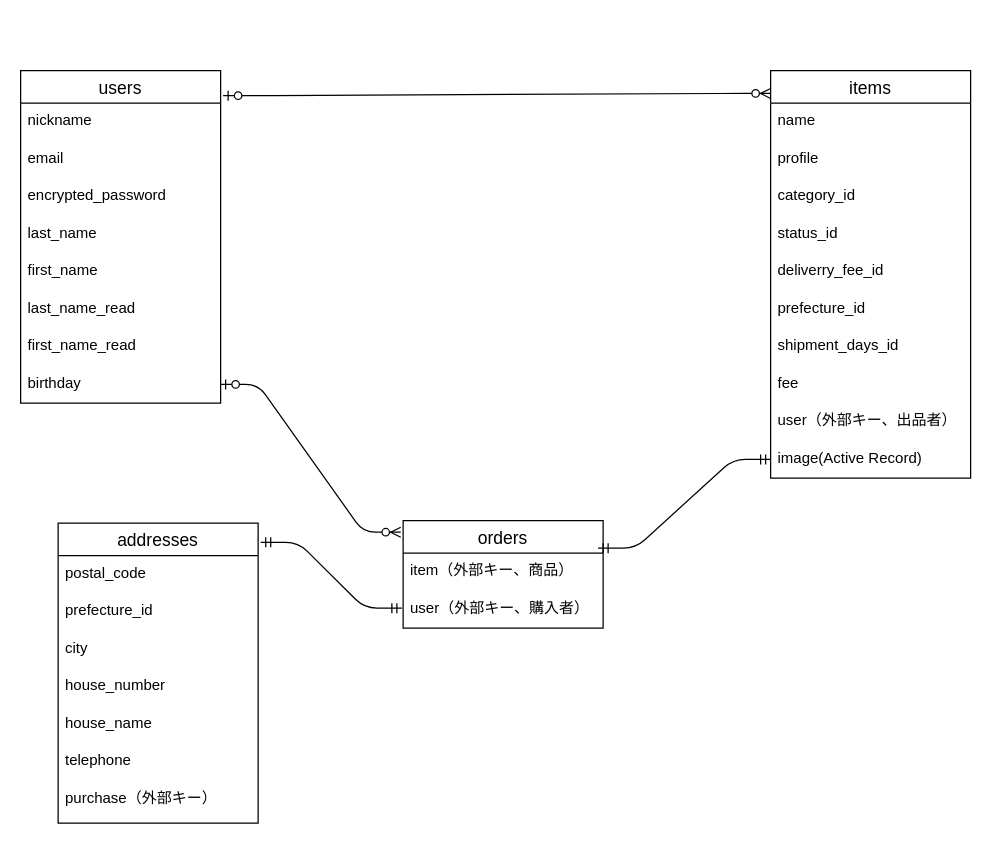
Earlier version of the draw.io diagram furima-34432.dio (DaikiTanaka34432/furima-34432). Source tidied: cells renumbered, new cells numbered last; positions are measured from the earlier drawing's top-left corner, leaving out a move shared by most shapes. Both pictures are drawn from the tidied source at 125%, with x=0, y=0 at pixel (20, 70).
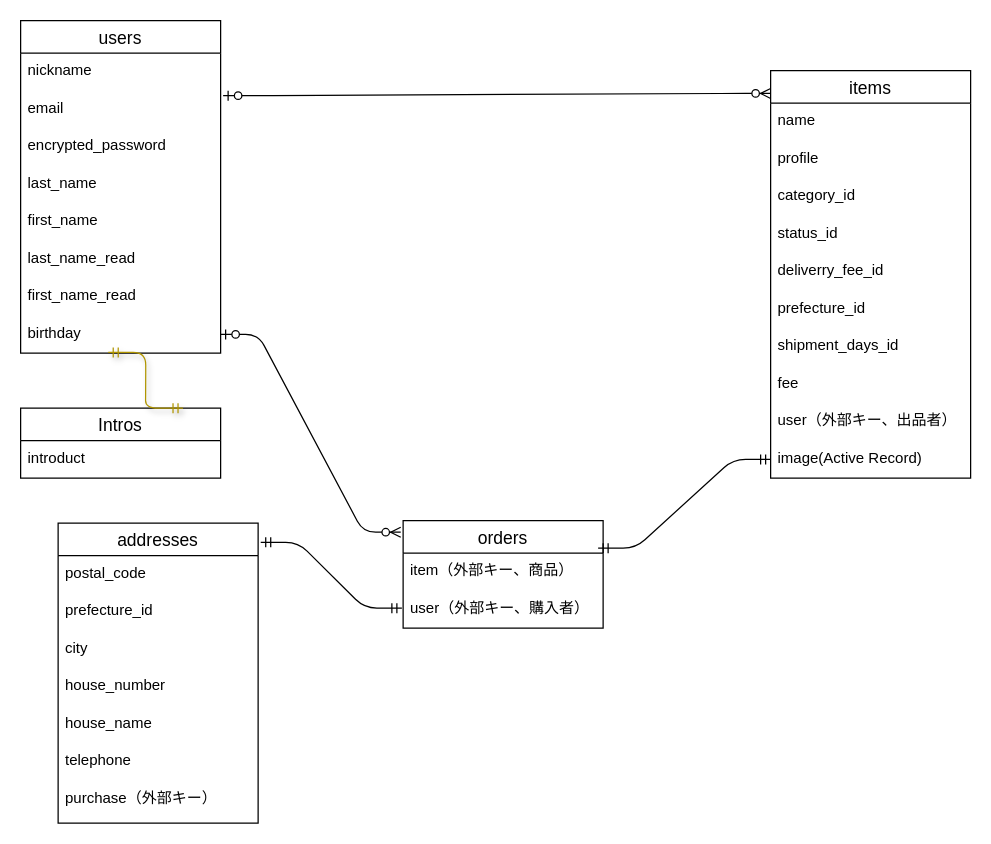
The same page after the edit.

The change refers to these unchanged cells:
```xml
<mxCell id="24" value="birthday" style="text;strokeColor=none;fillColor=none;spacingLeft=4;spacingRight=4;overflow=hidden;points=[[0,0.5],[1,0.5]];portConstraint=eastwest;fontSize=12;" parent="16" vertex="1">
  <mxGeometry y="236" width="160" height="30" as="geometry" />
</mxCell>
```

What changed in the source:
```diff
@@
     <mxCell id="16" value="users" style="swimlane;fontStyle=0;horizontal=1;startSize=26;align=center;fontSize=14;" parent="1" vertex="1">
-      <mxGeometry width="160" height="266" as="geometry" />
+      <mxGeometry y="-40" width="160" height="266" as="geometry" />
     </mxCell>
@@
+    <mxCell id="37" value="Intros" style="swimlane;fontStyle=0;horizontal=1;startSize=26;align=center;fontSize=14;" parent="1" vertex="1">
+      <mxGeometry y="270" width="160" height="56" as="geometry" />
+    </mxCell>
+    <mxCell id="38" value="introduct" style="text;strokeColor=none;fillColor=none;spacingLeft=4;spacingRight=4;overflow=hidden;fontSize=12;" parent="37" vertex="1">
+      <mxGeometry y="26" width="160" height="30" as="geometry" />
+    </mxCell>
+    <mxCell id="39" style="edgeStyle=entityRelationEdgeStyle;fontSize=12;html=1;endArrow=ERmandOne;startArrow=ERmandOne;fillColor=#e3c800;shadow=1;strokeColor=#B09500;entryX=0.812;entryY=0;entryDx=0;entryDy=0;entryPerimeter=0;exitX=0.438;exitY=0.983;exitDx=0;exitDy=0;exitPerimeter=0;" parent="1" edge="1" source="24" target="37">
+      <mxGeometry relative="1" as="geometry" />
+    </mxCell>
```
